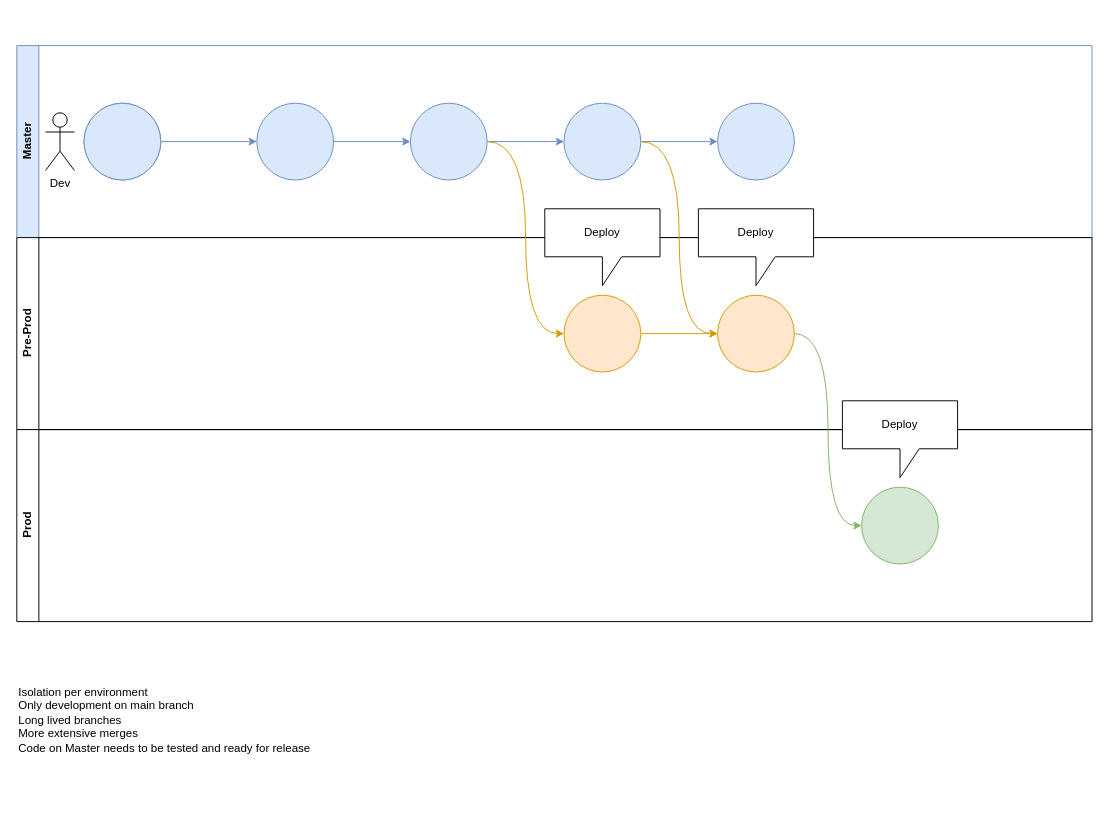
matthiasblomme/MixedTools keeps this draw.io diagram as page "GitLabFlow" (2 of 5) of Designs/CICD/branchingStrategies.drawio. Above is the earlier version. Source tidied: cells renumbered, new cells numbered last; positions are measured from the earlier drawing's top-left corner, leaving out a move shared by most shapes. Both pictures are drawn from the tidied source at 96%, with x=0, y=0 at pixel (16, 45).
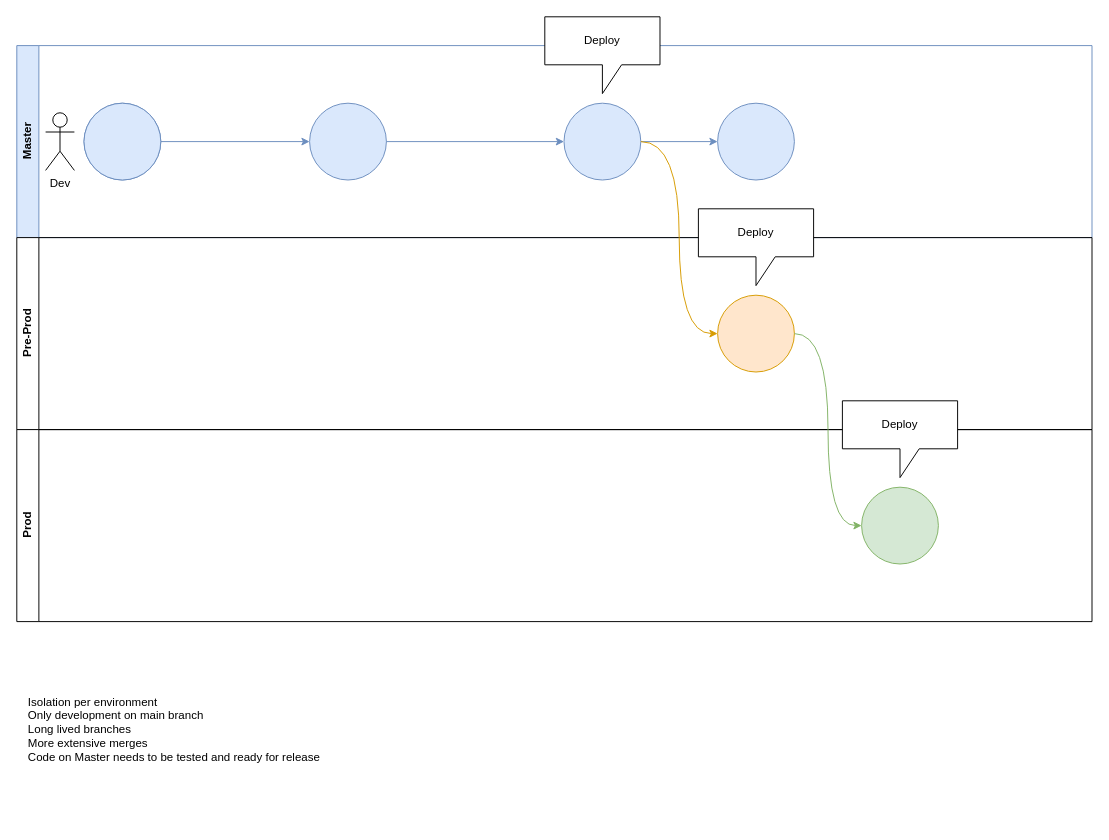
After the change.

The change refers to these unchanged cells:
```xml
<mxCell id="3" style="ellipse;whiteSpace=wrap;html=1;fillColor=#dae8fc;strokeColor=#6c8ebf;" parent="1" vertex="1">
  <mxGeometry x="70" y="60" width="80" height="80" as="geometry" />
</mxCell>
<mxCell id="4" value="Master" style="swimlane;horizontal=0;whiteSpace=wrap;html=1;fillColor=#dae8fc;strokeColor=#6c8ebf;" parent="1" vertex="1">
  <mxGeometry width="1120" height="200" as="geometry" />
</mxCell>
<mxCell id="11" style="ellipse;whiteSpace=wrap;html=1;fillColor=#dae8fc;strokeColor=#6c8ebf;" parent="4" vertex="1">
  <mxGeometry x="570" y="60" width="80" height="80" as="geometry" />
</mxCell>
<mxCell id="13" value="Pre-Prod" style="swimlane;horizontal=0;whiteSpace=wrap;html=1;" parent="1" vertex="1">
  <mxGeometry y="200" width="1120" height="200" as="geometry" />
</mxCell>
<mxCell id="16" style="ellipse;whiteSpace=wrap;html=1;fillColor=#ffe6cc;strokeColor=#d79b00;" parent="13" vertex="1">
  <mxGeometry x="730" y="60" width="80" height="80" as="geometry" />
</mxCell>
<mxCell id="19" style="ellipse;whiteSpace=wrap;html=1;fillColor=#d5e8d4;strokeColor=#82b366;" parent="18" vertex="1">
  <mxGeometry x="880" y="60" width="80" height="80" as="geometry" />
</mxCell>
```

Change to the diagram source:
```diff
@@
-    <mxCell id="2" style="edgeStyle=orthogonalEdgeStyle;rounded=0;jettySize=auto;html=1;entryX=0;entryY=0.5;entryDx=0;entryDy=0;fillColor=#dae8fc;strokeColor=#6c8ebf;" parent="1" edge="1" source="3" target="8">
-      <mxGeometry relative="1" as="geometry" />
-    </mxCell>
@@
-    <mxCell id="5" style="edgeStyle=orthogonalEdgeStyle;rounded=0;jettySize=auto;html=1;fillColor=#dae8fc;strokeColor=#6c8ebf;" parent="4" edge="1" source="6" target="11">
-      <mxGeometry relative="1" as="geometry" />
-    </mxCell>
-    <mxCell id="6" style="ellipse;whiteSpace=wrap;html=1;fillColor=#dae8fc;strokeColor=#6c8ebf;" parent="4" vertex="1">
-      <mxGeometry x="410" y="60" width="80" height="80" as="geometry" />
-    </mxCell>
-    <mxCell id="7" style="edgeStyle=orthogonalEdgeStyle;rounded=0;jettySize=auto;html=1;fillColor=#dae8fc;strokeColor=#6c8ebf;" parent="4" edge="1" source="8" target="6">
-      <mxGeometry relative="1" as="geometry" />
-    </mxCell>
-    <mxCell id="8" style="ellipse;whiteSpace=wrap;html=1;fillColor=#dae8fc;strokeColor=#6c8ebf;" parent="4" vertex="1">
-      <mxGeometry x="250" y="60" width="80" height="80" as="geometry" />
-    </mxCell>
@@
+    <mxCell id="27" style="ellipse;whiteSpace=wrap;html=1;fillColor=#dae8fc;strokeColor=#6c8ebf;" parent="4" vertex="1">
+      <mxGeometry x="305" y="60" width="80" height="80" as="geometry" />
+    </mxCell>
+    <mxCell id="28" style="edgeStyle=orthogonalEdgeStyle;rounded=0;jettySize=auto;html=1;fillColor=#dae8fc;strokeColor=#6c8ebf;exitX=1;exitY=0.5;exitDx=0;exitDy=0;entryX=0;entryY=0.5;entryDx=0;entryDy=0;" parent="4" edge="1" source="27" target="11">
+      <mxGeometry relative="1" as="geometry" />
+    </mxCell>
@@
-    <mxCell id="14" style="edgeStyle=orthogonalEdgeStyle;rounded=0;jettySize=auto;html=1;fillColor=#ffe6cc;strokeColor=#d79b00;" parent="13" edge="1" source="15" target="16">
-      <mxGeometry relative="1" as="geometry" />
-    </mxCell>
-    <mxCell id="15" style="ellipse;whiteSpace=wrap;html=1;fillColor=#ffe6cc;strokeColor=#d79b00;" parent="13" vertex="1">
-      <mxGeometry x="570" y="60" width="80" height="80" as="geometry" />
-    </mxCell>
@@
+    <mxCell id="22" style="ellipse;whiteSpace=wrap;html=1;fillColor=#dae8fc;strokeColor=#6c8ebf;" parent="1" vertex="1">
+      <mxGeometry x="70" y="60" width="80" height="80" as="geometry" />
+    </mxCell>
+    <mxCell id="24" style="edgeStyle=orthogonalEdgeStyle;rounded=0;jettySize=auto;html=1;entryX=0;entryY=0.5;entryDx=0;entryDy=0;curved=1;fillColor=#ffe6cc;strokeColor=#d79b00;" parent="1" edge="1" source="11" target="16">
+      <mxGeometry relative="1" as="geometry" />
+    </mxCell>
+    <mxCell id="26" style="edgeStyle=orthogonalEdgeStyle;rounded=0;jettySize=auto;html=1;entryX=0;entryY=0.5;entryDx=0;entryDy=0;fillColor=#d5e8d4;strokeColor=#82b366;curved=1;" parent="1" edge="1" source="16" target="19">
+      <mxGeometry relative="1" as="geometry" />
+    </mxCell>
+    <mxCell id="29" style="edgeStyle=orthogonalEdgeStyle;rounded=0;jettySize=auto;html=1;fillColor=#dae8fc;strokeColor=#6c8ebf;exitX=1;exitY=0.5;exitDx=0;exitDy=0;entryX=0;entryY=0.5;entryDx=0;entryDy=0;" parent="1" edge="1" source="22" target="27">
+      <mxGeometry relative="1" as="geometry" />
+    </mxCell>
+    <mxCell id="25" value="Deploy" style="shape=callout;whiteSpace=wrap;html=1;perimeter=calloutPerimeter;base=20;" parent="1" vertex="1">
+      <mxGeometry x="550" y="-30" width="120" height="80" as="geometry" />
+    </mxCell>
     <mxCell id="21" value="Isolation per environment&lt;br&gt;Only development on main branch&lt;br&gt;Long lived branches&lt;br&gt;More extensive merges&lt;br&gt;Code on Master needs to be tested and ready for release" style="text;html=1;strokeColor=none;fillColor=none;align=left;verticalAlign=top;whiteSpace=wrap;rounded=0;horizontal=1;labelBorderColor=none;" parent="1" vertex="1">
-      <mxGeometry y="660" width="340" height="140" as="geometry" />
+      <mxGeometry x="10" y="670" width="340" height="140" as="geometry" />
     </mxCell>
-    <mxCell id="22" style="ellipse;whiteSpace=wrap;html=1;fillColor=#dae8fc;strokeColor=#6c8ebf;" parent="1" vertex="1">
-      <mxGeometry x="70" y="60" width="80" height="80" as="geometry" />
-    </mxCell>
-    <mxCell id="23" style="edgeStyle=orthogonalEdgeStyle;rounded=0;jettySize=auto;html=1;entryX=0;entryY=0.5;entryDx=0;entryDy=0;curved=1;fillColor=#ffe6cc;strokeColor=#d79b00;" parent="1" edge="1" source="6" target="15">
-      <mxGeometry relative="1" as="geometry" />
-    </mxCell>
-    <mxCell id="24" style="edgeStyle=orthogonalEdgeStyle;rounded=0;jettySize=auto;html=1;entryX=0;entryY=0.5;entryDx=0;entryDy=0;curved=1;fillColor=#ffe6cc;strokeColor=#d79b00;" parent="1" edge="1" source="11" target="16">
-      <mxGeometry relative="1" as="geometry" />
-    </mxCell>
-    <mxCell id="25" value="Deploy" style="shape=callout;whiteSpace=wrap;html=1;perimeter=calloutPerimeter;" parent="1" vertex="1">
-      <mxGeometry x="550" y="170" width="120" height="80" as="geometry" />
-    </mxCell>
-    <mxCell id="26" style="edgeStyle=orthogonalEdgeStyle;rounded=0;jettySize=auto;html=1;entryX=0;entryY=0.5;entryDx=0;entryDy=0;fillColor=#d5e8d4;strokeColor=#82b366;curved=1;" parent="1" edge="1" source="16" target="19">
-      <mxGeometry relative="1" as="geometry" />
-    </mxCell>
```
